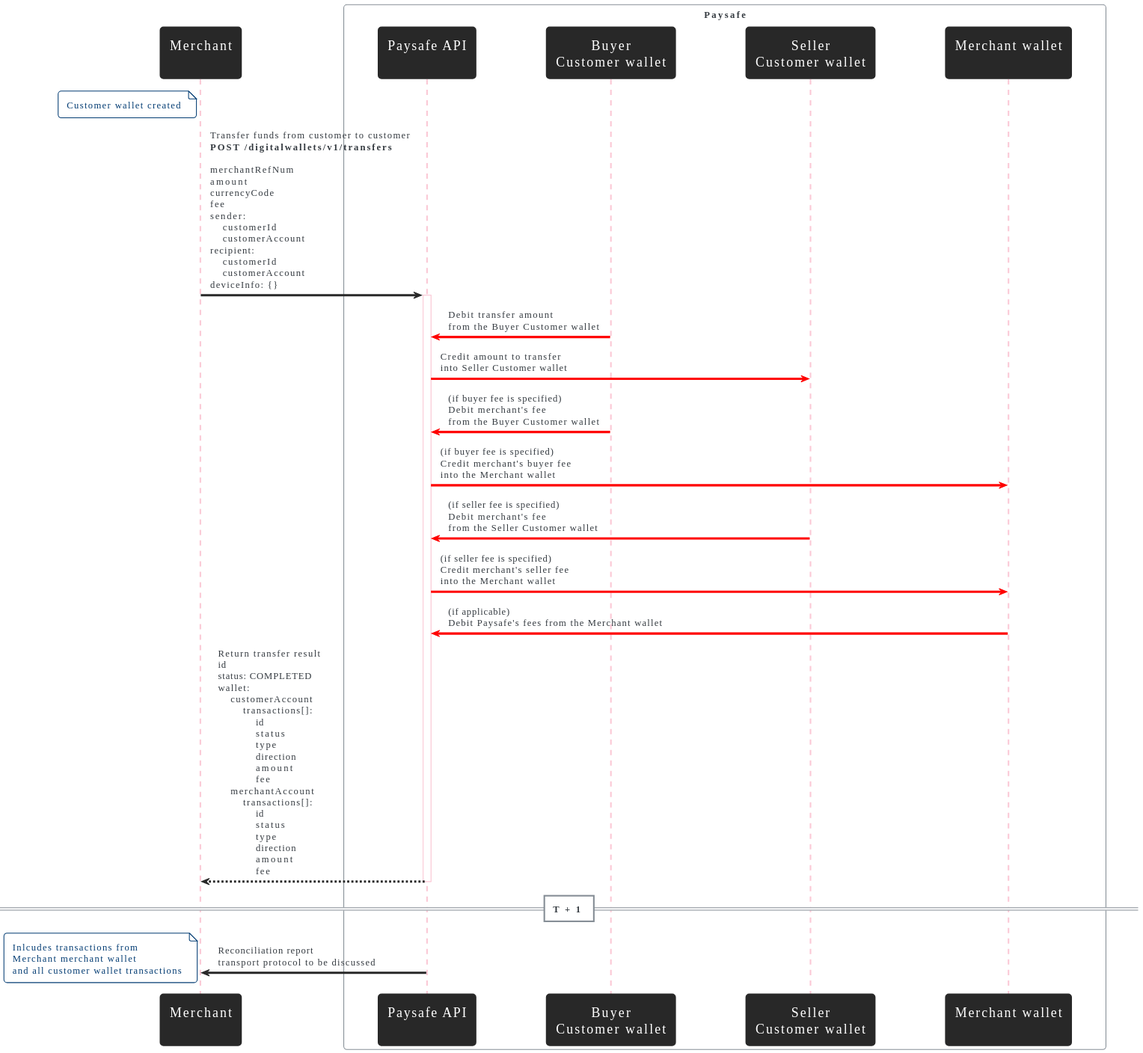
paysafegroup/WalletAPI keeps this PlantUML diagram as diagrams/6-Transfers-customer-to-customer.svg. Above is the earlier version. Its diagram source:
```plantuml
@startuml "6-Transfers-customer-to-customer"
    !theme cerulean-outline

    skinparam dpi 72
    skinparam shadowing false
    skinparam backgroundColor #FFFFFF
    skinparam Sequence {
        ParticipantBorderColor #282828
        ParticipantBackgroundColor #282828
        ParticipantFontSize 17
        ParticipantFontColor #FFFFFF
        ArrowColor #282828
        LifeLineBorderColor #FBC9D6
    }

    participant "Merchant\n" as Merchant
    box "Paysafe"
        participant "Paysafe API\n" as PaysafeAPI
        participant "Buyer\nCustomer wallet" as CW_Buyer
        participant "Seller\nCustomer wallet" as CW_Seller
        participant "Merchant wallet\n" as MW
    end box

    note left of Merchant: Customer wallet created

    Merchant -> PaysafeAPI: Transfer funds from customer to customer\n**POST /digitalwallets/v1/transfers**\n\nmerchantRefNum\namount\ncurrencyCode\nfee\nsender:\n    customerId\n    customerAccount\nrecipient:\n    customerId\n    customerAccount\ndeviceInfo: {}
        activate PaysafeAPI

        PaysafeAPI <-[#FF0000] CW_Buyer: Debit transfer amount\nfrom the Buyer Customer wallet
        PaysafeAPI [#FF0000]-> CW_Seller: Credit amount to transfer\ninto Seller Customer wallet
        PaysafeAPI <-[#FF0000] CW_Buyer: (if buyer fee is specified)\nDebit merchant's fee\nfrom the Buyer Customer wallet
        PaysafeAPI [#FF0000]-> MW: (if buyer fee is specified)\nCredit merchant's buyer fee\ninto the Merchant wallet
        PaysafeAPI <-[#FF0000] CW_Seller: (if seller fee is specified)\nDebit merchant's fee\nfrom the Seller Customer wallet
        PaysafeAPI [#FF0000]-> MW: (if seller fee is specified)\nCredit merchant's seller fee\ninto the Merchant wallet
        PaysafeAPI <-[#FF0000] MW: (if applicable)\nDebit Paysafe's fees from the Merchant wallet

        Merchant <-- PaysafeAPI: Return transfer result\nid\nstatus: COMPLETED\nwallet:\n    customerAccount\n        transactions[]:\n            id\n            status\n            type\n            direction\n            amount\n            fee            \n    merchantAccount\n        transactions[]:\n            id\n            status\n            type\n            direction\n            amount\n            fee
    deactivate PaysafeAPI

	== T + 1 ==

 	PaysafeAPI -> Merchant: Reconciliation report\ntransport protocol to be discussed
    note left: Inlcudes transactions from\nMerchant merchant wallet \nand all customer wallet transactions
@enduml
```
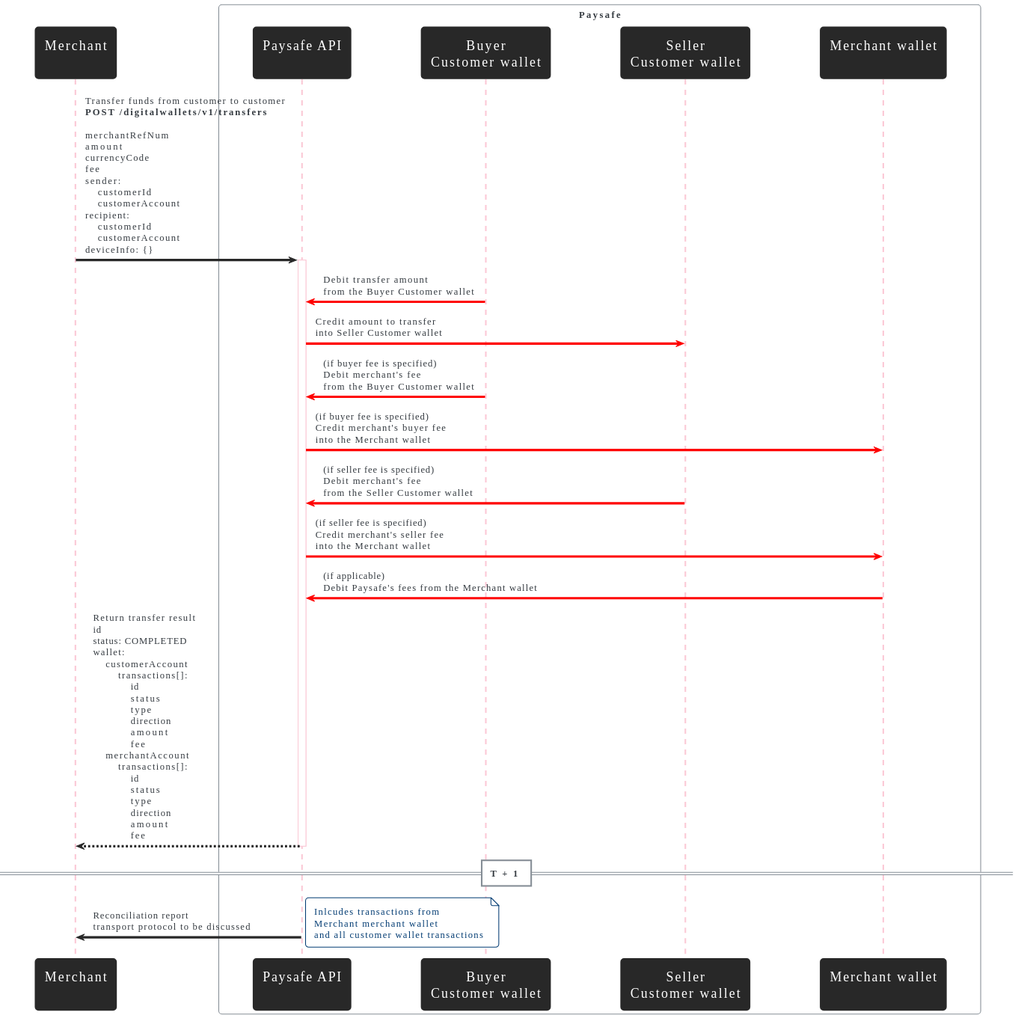
The same file after the commit.

Commit message:
Layout imporoved for readability

What changed in the source:
```diff
@@ -21,8 +21,6 @@
         participant "Merchant wallet\n" as MW
     end box
 
-    note left of Merchant: Customer wallet created
-
     Merchant -> PaysafeAPI: Transfer funds from customer to customer\n**POST /digitalwallets/v1/transfers**\n\nmerchantRefNum\namount\ncurrencyCode\nfee\nsender:\n    customerId\n    customerAccount\nrecipient:\n    customerId\n    customerAccount\ndeviceInfo: {}
         activate PaysafeAPI
 
@@ -40,5 +38,5 @@
 	== T + 1 ==
 
  	PaysafeAPI -> Merchant: Reconciliation report\ntransport protocol to be discussed
-    note left: Inlcudes transactions from\nMerchant merchant wallet \nand all customer wallet transactions
+    note right: Inlcudes transactions from\nMerchant merchant wallet \nand all customer wallet transactions
 @enduml
```
